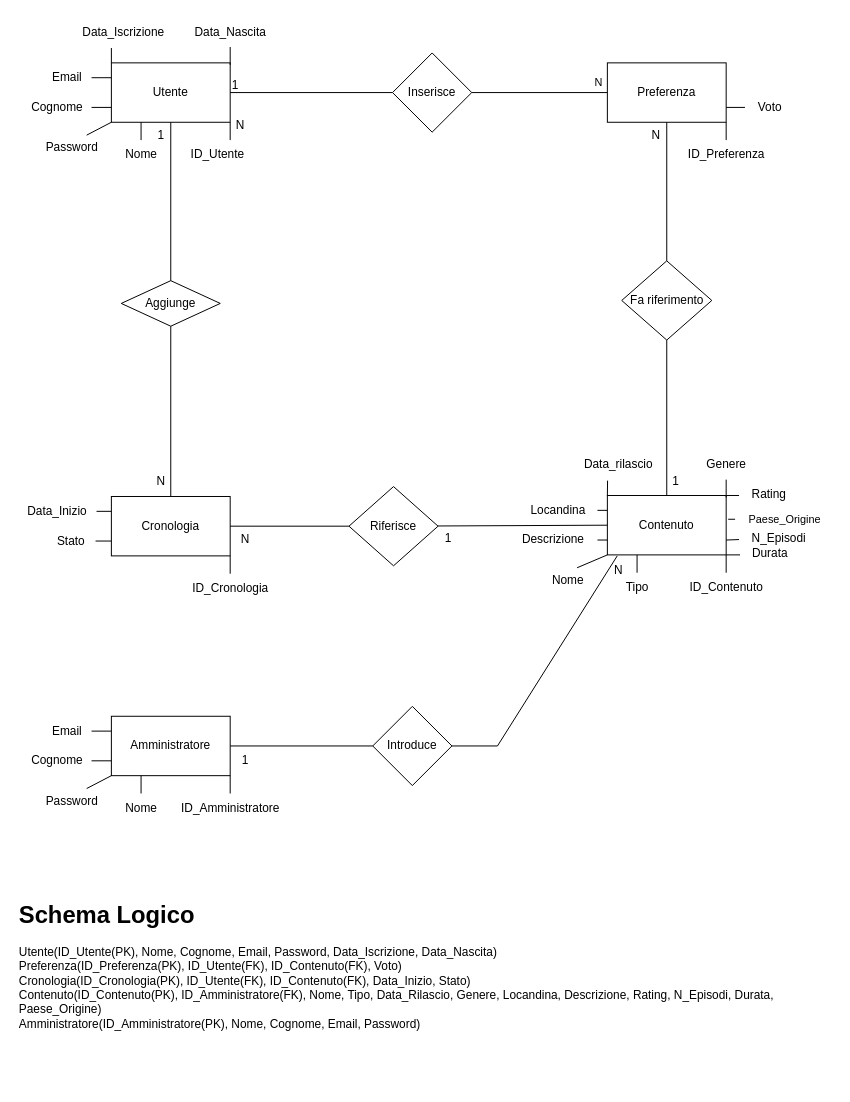
Earlier version of the draw.io diagram Streamify.drawio (berardinellidaniele/Streamify). Source tidied: cells renumbered, new cells numbered last; positions are measured from the earlier drawing's top-left corner, leaving out a move shared by most shapes. Both pictures are drawn from the tidied source at 99%, with x=0, y=0 at pixel (17, 17).
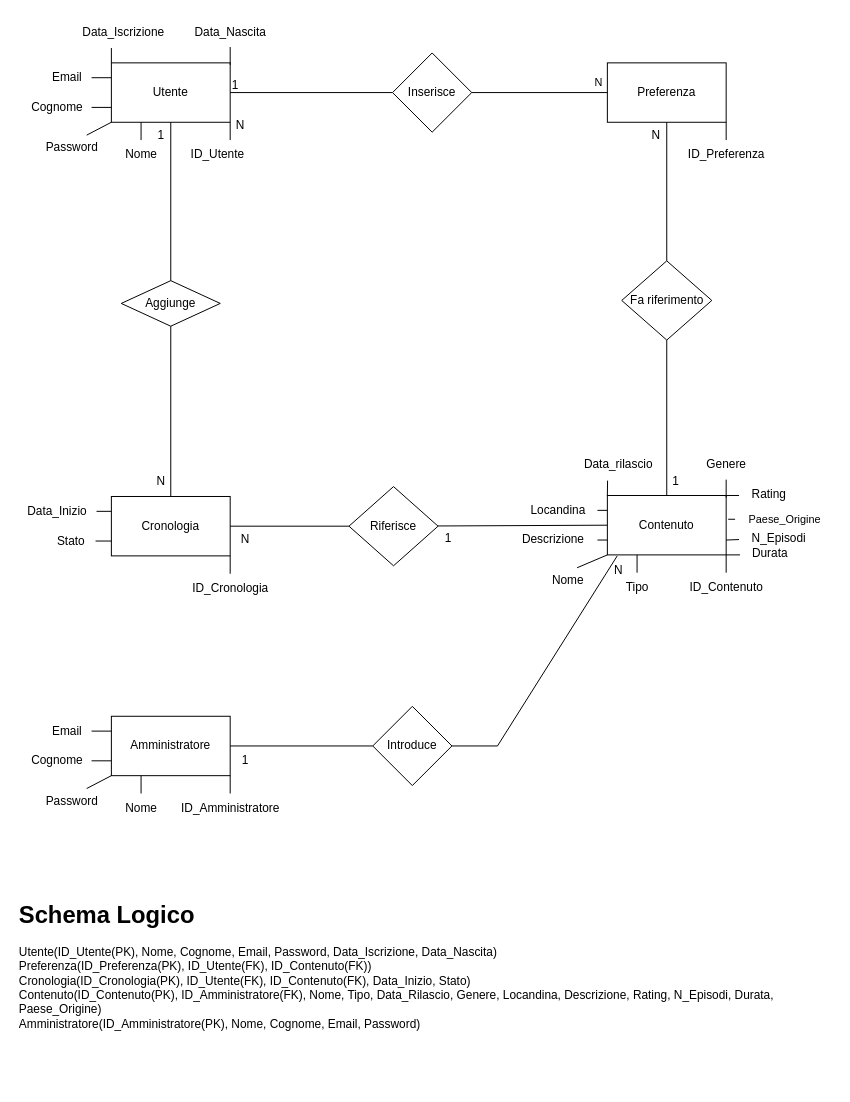
Above is the later version.

Commit message:
Rimossa colonna Voto da preferenza

Unchanged cells that the change refers to:
```xml
<mxCell id="57" value="Preferenza" style="rounded=0;whiteSpace=wrap;html=1;" parent="1" vertex="1">
  <mxGeometry x="596" y="46" width="120" height="60" as="geometry" />
</mxCell>
```

Change to the diagram source:
```diff
@@
-    <mxCell id="60" style="endArrow=none;html=1;rounded=0;entryX=1;entryY=0.75;entryDx=0;entryDy=0;" parent="1" edge="1" source="61" target="57">
-      <mxGeometry relative="1" as="geometry" />
-    </mxCell>
-    <mxCell id="61" value="Voto" style="text;html=1;align=center;verticalAlign=middle;points=[];strokeColor=none;fillColor=none;" parent="1" vertex="1">
-      <mxGeometry x="735" y="76" width="50" height="30" as="geometry" />
-    </mxCell>
@@
-    <mxCell id="89" value="&lt;h1 style=&quot;margin-top: 0px;&quot;&gt;Schema Logico&lt;br&gt;&lt;/h1&gt;&lt;p&gt;Utente(ID_Utente(PK), Nome, Cognome, Email, Password, Data_Iscrizione, Data_Nascita)&lt;br&gt;Preferenza(ID_Preferenza(PK), ID_Utente(FK), ID_Contenuto(FK), Voto)&lt;br&gt;Cronologia(ID_Cronologia(PK), ID_Utente(FK), ID_Contenuto(FK), Data_Inizio, Stato)&lt;br&gt;Contenuto(ID_Contenuto(PK), ID_Amministratore(FK), Nome, Tipo, Data_Rilascio, Genere, Locandina, Descrizione, Rating, N_Episodi, Durata, Paese_Origine)&lt;br&gt;Amministratore(ID_Amministratore(PK), Nome, Cognome, Email, Password)&lt;br&gt;&lt;br&gt;&lt;/p&gt;" style="text;html=1;whiteSpace=wrap;overflow=hidden;rounded=0;" parent="1" vertex="1">
+    <mxCell id="89" value="&lt;h1 style=&quot;margin-top: 0px;&quot;&gt;Schema Logico&lt;br&gt;&lt;/h1&gt;&lt;p&gt;Utente(ID_Utente(PK), Nome, Cognome, Email, Password, Data_Iscrizione, Data_Nascita)&lt;br&gt;Preferenza(ID_Preferenza(PK), ID_Utente(FK), ID_Contenuto(FK))&lt;br&gt;Cronologia(ID_Cronologia(PK), ID_Utente(FK), ID_Contenuto(FK), Data_Inizio, Stato)&lt;br&gt;Contenuto(ID_Contenuto(PK), ID_Amministratore(FK), Nome, Tipo, Data_Rilascio, Genere, Locandina, Descrizione, Rating, N_Episodi, Durata, Paese_Origine)&lt;br&gt;Amministratore(ID_Amministratore(PK), Nome, Cognome, Email, Password)&lt;br&gt;&lt;br&gt;&lt;/p&gt;" style="text;html=1;whiteSpace=wrap;overflow=hidden;rounded=0;" parent="1" vertex="1">
       <mxGeometry y="886" width="804" height="190" as="geometry" />
     </mxCell>
```
